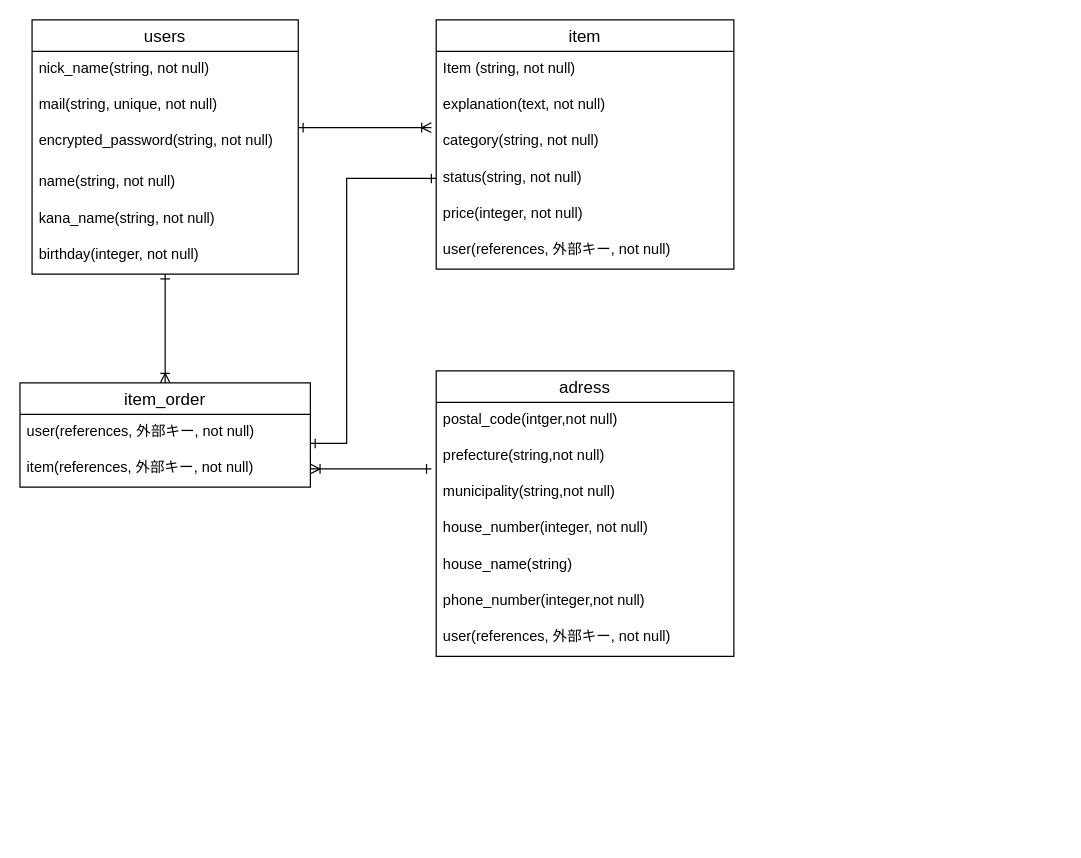
This is furima.dio from kmt0224/furima-38495, a draw.io file, before an edit. Source tidied: cells renumbered, new cells numbered last; positions are measured from the earlier drawing's top-left corner, leaving out a move shared by most shapes. Both pictures are drawn from the tidied source at 121%, with x=0, y=0 at pixel (19, 19).
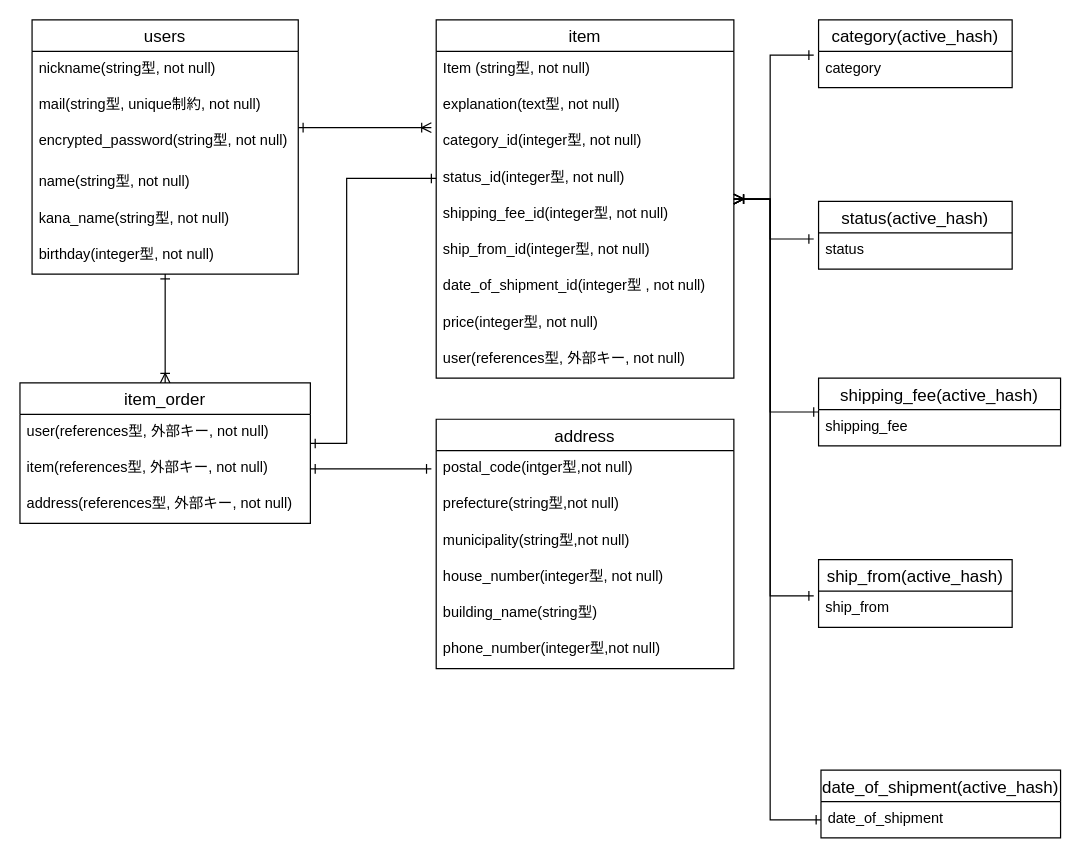
The same diagram, later.

The change refers to these unchanged cells:
```xml
<mxCell id="3" value="users" style="swimlane;fontStyle=0;horizontal=1;startSize=26;align=center;fontSize=14;" parent="1" vertex="1">
  <mxGeometry x="10" width="220" height="210" as="geometry" />
</mxCell>
```

What changed in the source:
```diff
@@
-    <mxCell id="4" value="nick_name(string, not null)" style="text;strokeColor=none;fillColor=none;spacingLeft=4;spacingRight=4;overflow=hidden;fontSize=12;" parent="3" vertex="1">
+    <mxCell id="4" value="nickname(string型, not null)" style="text;strokeColor=none;fillColor=none;spacingLeft=4;spacingRight=4;overflow=hidden;fontSize=12;" parent="3" vertex="1">
       <mxGeometry y="26" width="220" height="30" as="geometry" />
     </mxCell>
-    <mxCell id="5" value="mail(string, unique, not null)" style="text;strokeColor=none;fillColor=none;spacingLeft=4;spacingRight=4;overflow=hidden;points=[[0,0.5],[1,0.5]];portConstraint=eastwest;fontSize=12;" parent="3" vertex="1">
+    <mxCell id="5" value="mail(string型, unique制約, not null)" style="text;strokeColor=none;fillColor=none;spacingLeft=4;spacingRight=4;overflow=hidden;points=[[0,0.5],[1,0.5]];portConstraint=eastwest;fontSize=12;" parent="3" vertex="1">
       <mxGeometry y="56" width="220" height="30" as="geometry" />
     </mxCell>
@@
-    <mxCell id="7" value="encrypted_password(string, not null)" style="text;strokeColor=none;fillColor=none;spacingLeft=4;spacingRight=4;overflow=hidden;points=[[0,0.5],[1,0.5]];portConstraint=eastwest;fontSize=12;" parent="3" vertex="1">
+    <mxCell id="7" value="encrypted_password(string型, not null)" style="text;strokeColor=none;fillColor=none;spacingLeft=4;spacingRight=4;overflow=hidden;points=[[0,0.5],[1,0.5]];portConstraint=eastwest;fontSize=12;" parent="3" vertex="1">
       <mxGeometry y="86" width="220" height="34" as="geometry" />
     </mxCell>
-    <mxCell id="8" value="name(string, not null)" style="text;strokeColor=none;fillColor=none;spacingLeft=4;spacingRight=4;overflow=hidden;fontSize=12;" parent="3" vertex="1">
+    <mxCell id="8" value="name(string型, not null)" style="text;strokeColor=none;fillColor=none;spacingLeft=4;spacingRight=4;overflow=hidden;fontSize=12;" parent="3" vertex="1">
       <mxGeometry y="120" width="220" height="30" as="geometry" />
     </mxCell>
-    <mxCell id="9" value="kana_name(string, not null)" style="text;strokeColor=none;fillColor=none;spacingLeft=4;spacingRight=4;overflow=hidden;fontSize=12;" parent="3" vertex="1">
+    <mxCell id="9" value="kana_name(string型, not null)" style="text;strokeColor=none;fillColor=none;spacingLeft=4;spacingRight=4;overflow=hidden;fontSize=12;" parent="3" vertex="1">
       <mxGeometry y="150" width="220" height="30" as="geometry" />
     </mxCell>
-    <mxCell id="10" value="birthday(integer, not null)" style="text;strokeColor=none;fillColor=none;spacingLeft=4;spacingRight=4;overflow=hidden;fontSize=12;" parent="3" vertex="1">
+    <mxCell id="10" value="birthday(integer型, not null)" style="text;strokeColor=none;fillColor=none;spacingLeft=4;spacingRight=4;overflow=hidden;fontSize=12;" parent="3" vertex="1">
       <mxGeometry y="180" width="220" height="30" as="geometry" />
     </mxCell>
+    <mxCell id="32" style="edgeStyle=orthogonalEdgeStyle;rounded=0;html=1;entryX=-0.025;entryY=0.1;entryDx=0;entryDy=0;entryPerimeter=0;startArrow=ERoneToMany;startFill=0;endArrow=ERone;endFill=0;" parent="1" edge="1" source="11" target="42">
+      <mxGeometry relative="1" as="geometry">
+        <Array as="points">
+          <mxPoint x="620" y="148" />
+          <mxPoint x="620" y="29" />
+        </Array>
+      </mxGeometry>
+    </mxCell>
+    <mxCell id="33" style="edgeStyle=orthogonalEdgeStyle;rounded=0;html=1;entryX=-0.025;entryY=0.167;entryDx=0;entryDy=0;entryPerimeter=0;startArrow=ERoneToMany;startFill=0;endArrow=ERone;endFill=0;" parent="1" edge="1" source="11" target="44">
+      <mxGeometry relative="1" as="geometry">
+        <Array as="points">
+          <mxPoint x="620" y="148" />
+          <mxPoint x="620" y="181" />
+        </Array>
+      </mxGeometry>
+    </mxCell>
+    <mxCell id="34" style="edgeStyle=orthogonalEdgeStyle;rounded=0;html=1;entryX=0;entryY=0.5;entryDx=0;entryDy=0;startArrow=ERoneToMany;startFill=0;endArrow=ERone;endFill=0;" parent="1" edge="1" source="11" target="45">
+      <mxGeometry relative="1" as="geometry">
+        <Array as="points">
+          <mxPoint x="620" y="148" />
+          <mxPoint x="620" y="324" />
+        </Array>
+      </mxGeometry>
+    </mxCell>
+    <mxCell id="35" style="edgeStyle=orthogonalEdgeStyle;rounded=0;html=1;entryX=-0.025;entryY=0.133;entryDx=0;entryDy=0;entryPerimeter=0;startArrow=ERoneToMany;startFill=0;endArrow=ERone;endFill=0;" parent="1" edge="1" source="11" target="48">
+      <mxGeometry relative="1" as="geometry">
+        <Array as="points">
+          <mxPoint x="620" y="148" />
+          <mxPoint x="620" y="476" />
+        </Array>
+      </mxGeometry>
+    </mxCell>
+    <mxCell id="36" style="edgeStyle=orthogonalEdgeStyle;rounded=0;html=1;entryX=0;entryY=0.5;entryDx=0;entryDy=0;startArrow=ERoneToMany;startFill=0;endArrow=ERone;endFill=0;" parent="1" edge="1" source="11" target="50">
+      <mxGeometry relative="1" as="geometry">
+        <Array as="points">
+          <mxPoint x="620" y="148" />
+          <mxPoint x="620" y="661" />
+        </Array>
+      </mxGeometry>
+    </mxCell>
     <mxCell id="11" value="item" style="swimlane;fontStyle=0;horizontal=1;startSize=26;align=center;fontSize=14;" parent="1" vertex="1">
-      <mxGeometry x="344" width="246" height="206" as="geometry" />
+      <mxGeometry x="344" width="246" height="296" as="geometry" />
     </mxCell>
-    <mxCell id="12" value="Item (string, not null)" style="text;strokeColor=none;fillColor=none;spacingLeft=4;spacingRight=4;overflow=hidden;fontSize=12;" parent="11" vertex="1">
+    <mxCell id="12" value="Item (string型, not null)" style="text;strokeColor=none;fillColor=none;spacingLeft=4;spacingRight=4;overflow=hidden;fontSize=12;" parent="11" vertex="1">
       <mxGeometry y="26" width="246" height="30" as="geometry" />
     </mxCell>
-    <mxCell id="13" value="explanation(text, not null)" style="text;strokeColor=none;fillColor=none;spacingLeft=4;spacingRight=4;overflow=hidden;fontSize=12;" parent="11" vertex="1">
+    <mxCell id="13" value="explanation(text型, not null)" style="text;strokeColor=none;fillColor=none;spacingLeft=4;spacingRight=4;overflow=hidden;fontSize=12;" parent="11" vertex="1">
       <mxGeometry y="56" width="246" height="30" as="geometry" />
     </mxCell>
-    <mxCell id="14" value="category(string, not null)" style="text;strokeColor=none;fillColor=none;spacingLeft=4;spacingRight=4;overflow=hidden;fontSize=12;" parent="11" vertex="1">
+    <mxCell id="14" value="category_id(integer型, not null)" style="text;strokeColor=none;fillColor=none;spacingLeft=4;spacingRight=4;overflow=hidden;fontSize=12;" parent="11" vertex="1">
       <mxGeometry y="86" width="246" height="30" as="geometry" />
     </mxCell>
-    <mxCell id="15" value="status(string, not null)" style="text;strokeColor=none;fillColor=none;spacingLeft=4;spacingRight=4;overflow=hidden;points=[[0,0.5],[1,0.5]];portConstraint=eastwest;fontSize=12;" parent="11" vertex="1">
+    <mxCell id="15" value="status_id(integer型, not null)" style="text;strokeColor=none;fillColor=none;spacingLeft=4;spacingRight=4;overflow=hidden;points=[[0,0.5],[1,0.5]];portConstraint=eastwest;fontSize=12;" parent="11" vertex="1">
       <mxGeometry y="116" width="246" height="30" as="geometry" />
     </mxCell>
+    <mxCell id="37" value="shipping_fee_id(integer型, not null)" style="text;strokeColor=none;fillColor=none;spacingLeft=4;spacingRight=4;overflow=hidden;fontSize=12;verticalAlign=top;" parent="11" vertex="1">
+      <mxGeometry y="146" width="246" height="30" as="geometry" />
+    </mxCell>
+    <mxCell id="38" value="ship_from_id(integer型, not null)" style="text;strokeColor=none;fillColor=none;spacingLeft=4;spacingRight=4;overflow=hidden;fontSize=12;" parent="11" vertex="1">
+      <mxGeometry y="176" width="246" height="30" as="geometry" />
+    </mxCell>
+    <mxCell id="39" value="date_of_shipment_id(integer型 , not null)" style="text;strokeColor=none;fillColor=none;spacingLeft=4;spacingRight=4;overflow=hidden;fontSize=12;verticalAlign=top;" parent="11" vertex="1">
+      <mxGeometry y="206" width="246" height="30" as="geometry" />
+    </mxCell>
-    <mxCell id="16" value="price(integer, not null)" style="text;strokeColor=none;fillColor=none;spacingLeft=4;spacingRight=4;overflow=hidden;fontSize=12;" parent="11" vertex="1">
-      <mxGeometry y="146" width="246" height="30" as="geometry" />
+    <mxCell id="16" value="price(integer型, not null)" style="text;strokeColor=none;fillColor=none;spacingLeft=4;spacingRight=4;overflow=hidden;fontSize=12;" parent="11" vertex="1">
+      <mxGeometry y="236" width="246" height="30" as="geometry" />
     </mxCell>
-    <mxCell id="17" value="user(references, 外部キー, not null)" style="text;strokeColor=none;fillColor=none;spacingLeft=4;spacingRight=4;overflow=hidden;fontSize=12;" parent="11" vertex="1">
-      <mxGeometry y="176" width="246" height="30" as="geometry" />
+    <mxCell id="17" value="user(references型, 外部キー, not null)" style="text;strokeColor=none;fillColor=none;spacingLeft=4;spacingRight=4;overflow=hidden;fontSize=12;" parent="11" vertex="1">
+      <mxGeometry y="266" width="246" height="30" as="geometry" />
     </mxCell>
@@
     <mxCell id="19" value="item_order" style="swimlane;fontStyle=0;horizontal=1;startSize=26;align=center;fontSize=14;" parent="1" vertex="1">
-      <mxGeometry y="300" width="240" height="86" as="geometry" />
+      <mxGeometry y="300" width="240" height="116" as="geometry" />
     </mxCell>
-    <mxCell id="20" value="user(references, 外部キー, not null)&#10;" style="text;strokeColor=none;fillColor=none;spacingLeft=4;spacingRight=4;overflow=hidden;fontSize=12;" parent="19" vertex="1">
+    <mxCell id="20" value="user(references型, 外部キー, not null)&#10;" style="text;strokeColor=none;fillColor=none;spacingLeft=4;spacingRight=4;overflow=hidden;fontSize=12;" parent="19" vertex="1">
       <mxGeometry y="26" width="240" height="30" as="geometry" />
     </mxCell>
-    <mxCell id="21" value="item(references, 外部キー, not null)" style="text;strokeColor=none;fillColor=none;spacingLeft=4;spacingRight=4;overflow=hidden;points=[[0,0.5],[1,0.5]];portConstraint=eastwest;fontSize=12;" parent="19" vertex="1">
+    <mxCell id="21" value="item(references型, 外部キー, not null)" style="text;strokeColor=none;fillColor=none;spacingLeft=4;spacingRight=4;overflow=hidden;points=[[0,0.5],[1,0.5]];portConstraint=eastwest;fontSize=12;" parent="19" vertex="1">
       <mxGeometry y="56" width="240" height="30" as="geometry" />
     </mxCell>
+    <mxCell id="40" value="address(references型, 外部キー, not null)" style="text;strokeColor=none;fillColor=none;spacingLeft=4;spacingRight=4;overflow=hidden;fontSize=12;" parent="19" vertex="1">
+      <mxGeometry y="86" width="240" height="30" as="geometry" />
+    </mxCell>
-    <mxCell id="22" value="adress" style="swimlane;fontStyle=0;horizontal=1;startSize=26;align=center;fontSize=14;" parent="1" vertex="1">
-      <mxGeometry x="344" y="290" width="246" height="236" as="geometry" />
+    <mxCell id="22" value="address" style="swimlane;fontStyle=0;horizontal=1;startSize=26;align=center;fontSize=14;" parent="1" vertex="1">
+      <mxGeometry x="344" y="330" width="246" height="206" as="geometry" />
     </mxCell>
-    <mxCell id="23" value="postal_code(intger,not null)" style="text;strokeColor=none;fillColor=none;spacingLeft=4;spacingRight=4;overflow=hidden;fontSize=12;" parent="22" vertex="1">
+    <mxCell id="23" value="postal_code(intger型,not null)" style="text;strokeColor=none;fillColor=none;spacingLeft=4;spacingRight=4;overflow=hidden;fontSize=12;" parent="22" vertex="1">
       <mxGeometry y="26" width="246" height="30" as="geometry" />
     </mxCell>
-    <mxCell id="24" value="prefecture(string,not null)" style="text;strokeColor=none;fillColor=none;spacingLeft=4;spacingRight=4;overflow=hidden;fontSize=12;" parent="22" vertex="1">
+    <mxCell id="24" value="prefecture(string型,not null)" style="text;strokeColor=none;fillColor=none;spacingLeft=4;spacingRight=4;overflow=hidden;fontSize=12;" parent="22" vertex="1">
       <mxGeometry y="56" width="246" height="30" as="geometry" />
     </mxCell>
-    <mxCell id="25" value="municipality(string,not null)&#10;" style="text;strokeColor=none;fillColor=none;spacingLeft=4;spacingRight=4;overflow=hidden;fontSize=12;fontStyle=0;" parent="22" vertex="1">
+    <mxCell id="25" value="municipality(string型,not null)&#10;" style="text;strokeColor=none;fillColor=none;spacingLeft=4;spacingRight=4;overflow=hidden;fontSize=12;fontStyle=0;" parent="22" vertex="1">
       <mxGeometry y="86" width="246" height="30" as="geometry" />
     </mxCell>
-    <mxCell id="26" value="house_number(integer, not null)&#10;" style="text;strokeColor=none;fillColor=none;spacingLeft=4;spacingRight=4;overflow=hidden;fontSize=12;" parent="22" vertex="1">
+    <mxCell id="26" value="house_number(integer型, not null)&#10;" style="text;strokeColor=none;fillColor=none;spacingLeft=4;spacingRight=4;overflow=hidden;fontSize=12;" parent="22" vertex="1">
       <mxGeometry y="116" width="246" height="30" as="geometry" />
     </mxCell>
-    <mxCell id="27" value="house_name(string)" style="text;strokeColor=none;fillColor=none;spacingLeft=4;spacingRight=4;overflow=hidden;fontSize=12;" parent="22" vertex="1">
+    <mxCell id="27" value="building_name(string型)" style="text;strokeColor=none;fillColor=none;spacingLeft=4;spacingRight=4;overflow=hidden;fontSize=12;" parent="22" vertex="1">
       <mxGeometry y="146" width="246" height="30" as="geometry" />
     </mxCell>
-    <mxCell id="28" value="phone_number(integer,not null)" style="text;strokeColor=none;fillColor=none;spacingLeft=4;spacingRight=4;overflow=hidden;fontSize=12;" parent="22" vertex="1">
+    <mxCell id="28" value="phone_number(integer型,not null)" style="text;strokeColor=none;fillColor=none;spacingLeft=4;spacingRight=4;overflow=hidden;fontSize=12;" parent="22" vertex="1">
       <mxGeometry y="176" width="246" height="30" as="geometry" />
     </mxCell>
-    <mxCell id="29" value="user(references, 外部キー, not null)" style="text;strokeColor=none;fillColor=none;spacingLeft=4;spacingRight=4;overflow=hidden;fontSize=12;" parent="22" vertex="1">
-      <mxGeometry y="206" width="246" height="30" as="geometry" />
-    </mxCell>
@@
-    <mxCell id="31" style="edgeStyle=orthogonalEdgeStyle;rounded=0;html=1;startArrow=ERoneToMany;startFill=0;endArrow=ERone;endFill=0;" parent="1" edge="1" source="21">
+    <mxCell id="31" style="edgeStyle=orthogonalEdgeStyle;rounded=0;html=1;startArrow=ERone;startFill=0;endArrow=ERone;endFill=0;" parent="1" edge="1" source="21">
       <mxGeometry relative="1" as="geometry">
         <mxPoint x="340" y="371" as="targetPoint" />
       </mxGeometry>
     </mxCell>
+    <mxCell id="41" value="category(active_hash)" style="swimlane;fontStyle=0;horizontal=1;startSize=26;align=center;fontSize=14;" parent="1" vertex="1">
+      <mxGeometry x="660" width="160" height="56" as="geometry" />
+    </mxCell>
+    <mxCell id="42" value="category" style="text;strokeColor=none;fillColor=none;spacingLeft=4;spacingRight=4;overflow=hidden;points=[[0,0.5],[1,0.5]];portConstraint=eastwest;fontSize=12;" parent="41" vertex="1">
+      <mxGeometry y="26" width="160" height="30" as="geometry" />
+    </mxCell>
+    <mxCell id="43" value="status(active_hash)" style="swimlane;fontStyle=0;horizontal=1;startSize=26;align=center;fontSize=14;" parent="1" vertex="1">
+      <mxGeometry x="660" y="150" width="160" height="56" as="geometry" />
+    </mxCell>
+    <mxCell id="44" value="status" style="text;strokeColor=none;fillColor=none;spacingLeft=4;spacingRight=4;overflow=hidden;points=[[0,0.5],[1,0.5]];portConstraint=eastwest;fontSize=12;" parent="43" vertex="1">
+      <mxGeometry y="26" width="160" height="30" as="geometry" />
+    </mxCell>
+    <mxCell id="45" value="shipping_fee(active_hash)" style="swimlane;fontStyle=0;horizontal=1;startSize=26;align=center;fontSize=14;" parent="1" vertex="1">
+      <mxGeometry x="660" y="296" width="200" height="56" as="geometry" />
+    </mxCell>
+    <mxCell id="46" value="shipping_fee&#10;" style="text;strokeColor=none;fillColor=none;spacingLeft=4;spacingRight=4;overflow=hidden;fontSize=12;" parent="45" vertex="1">
+      <mxGeometry y="26" width="200" height="30" as="geometry" />
+    </mxCell>
+    <mxCell id="47" value="ship_from(active_hash)" style="swimlane;fontStyle=0;horizontal=1;startSize=26;align=center;fontSize=14;" parent="1" vertex="1">
+      <mxGeometry x="660" y="446" width="160" height="56" as="geometry" />
+    </mxCell>
+    <mxCell id="48" value="ship_from" style="text;strokeColor=none;fillColor=none;spacingLeft=4;spacingRight=4;overflow=hidden;points=[[0,0.5],[1,0.5]];portConstraint=eastwest;fontSize=12;" parent="47" vertex="1">
+      <mxGeometry y="26" width="160" height="30" as="geometry" />
+    </mxCell>
+    <mxCell id="49" value="date_of_shipment(active_hash)" style="swimlane;fontStyle=0;horizontal=1;startSize=26;align=center;fontSize=14;verticalAlign=middle;" parent="1" vertex="1">
+      <mxGeometry x="662" y="620" width="198" height="56" as="geometry" />
+    </mxCell>
+    <mxCell id="50" value="date_of_shipment&#10;" style="text;strokeColor=none;fillColor=none;spacingLeft=4;spacingRight=4;overflow=hidden;points=[[0,0.5],[1,0.5]];portConstraint=eastwest;fontSize=12;" parent="49" vertex="1">
+      <mxGeometry y="26" width="198" height="30" as="geometry" />
+    </mxCell>
```
